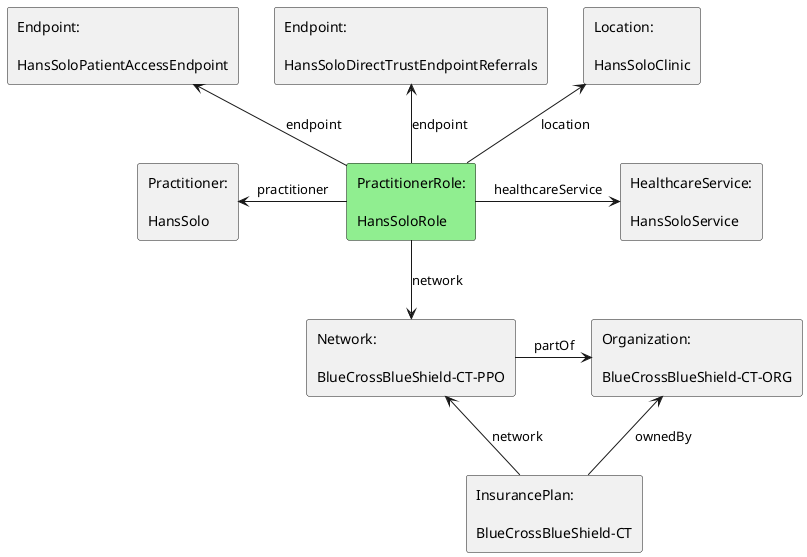
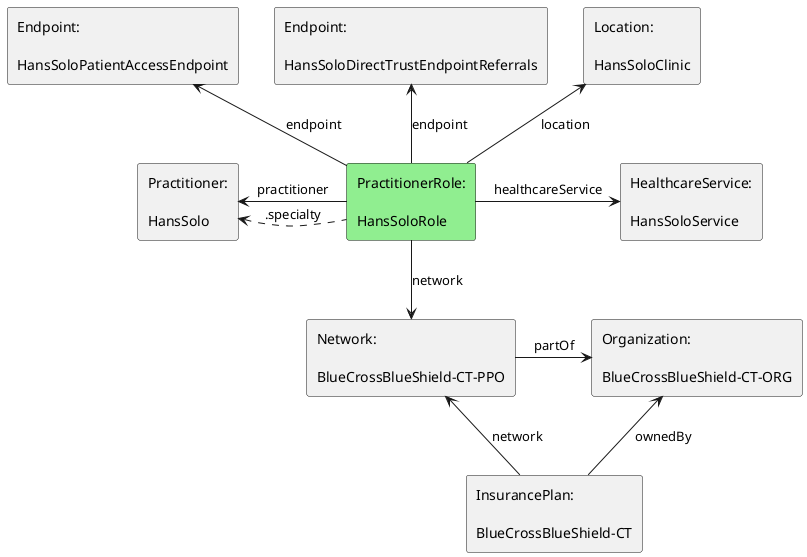
@startuml

agent #LightGreen "PractitionerRole:\n\nHansSoloRole" as practitionerRole
agent "Practitioner:\n\nHansSolo" as practitioner

agent "Location:\n\nHansSoloClinic" as location
agent "HealthcareService:\n\nHansSoloService" as healthcareService
agent "InsurancePlan:\n\nBlueCrossBlueShield-CT" as insurancePlan
agent "Network:\n\nBlueCrossBlueShield-CT-PPO" as network
agent "Organization:\n\nBlueCrossBlueShield-CT-ORG" as organization
agent "Endpoint:\n\nHansSoloDirectTrustEndpointReferrals" as directEndpoint
agent "Endpoint:\n\nHansSoloPatientAccessEndpoint" as patientAccessEndpoint

practitionerRole -left-> practitioner : "practitioner"
+ practitionerRole .left.> practitioner: ".specialty"
practitionerRole -right-> healthcareService : "healthcareService"
practitionerRole -down-> network : "network"
practitionerRole -up-> location : "location"
practitionerRole -up-> directEndpoint : "endpoint"
practitionerRole -up-> patientAccessEndpoint : "endpoint"
insurancePlan -up-> network : "network"
network -right-> organization : "partOf"
insurancePlan -up-> organization : "ownedBy"

@enduml